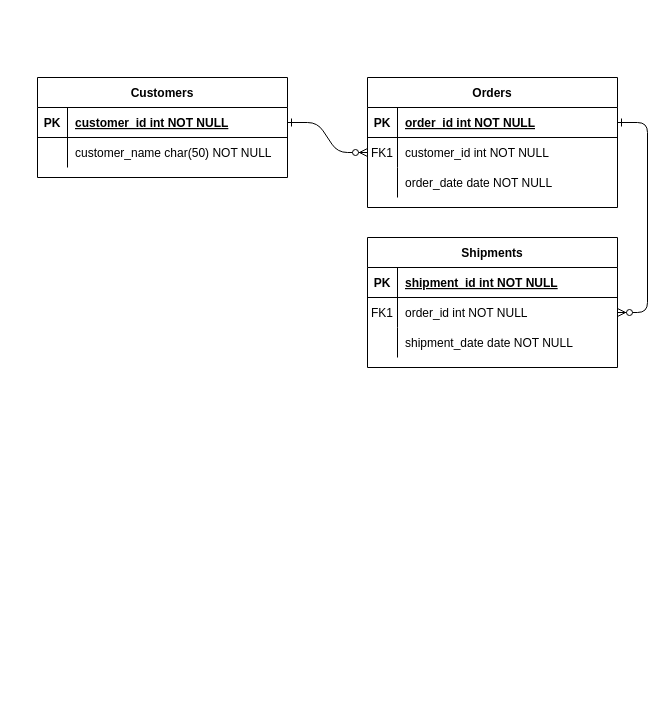
joam6/Sailing_XaJo keeps this draw.io diagram as Diagramas/Diagrama_ER_XaJo.drawio. Above is the earlier version. Source tidied: cells renumbered, new cells numbered last; positions are measured from the earlier drawing's top-left corner, leaving out a move shared by most shapes. Both pictures are drawn from the tidied source at 100%, with x=0, y=0 at pixel (37, 77).
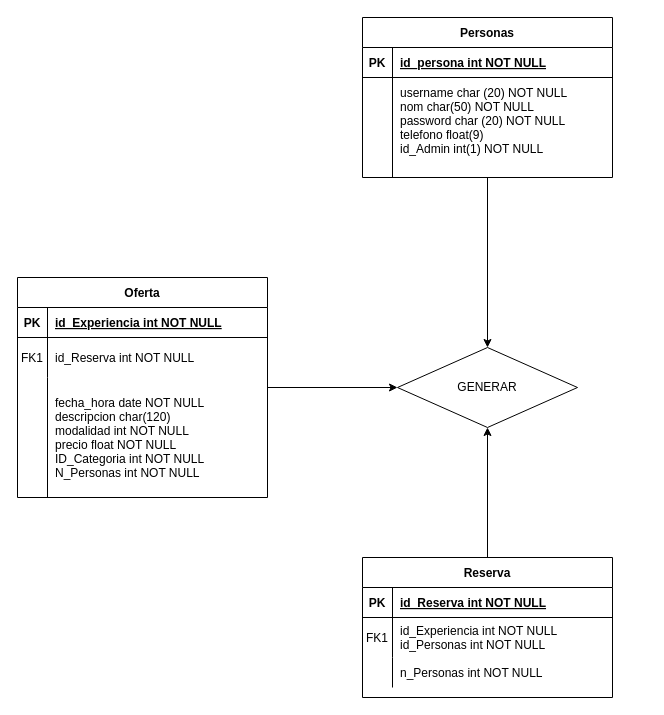
The same page after the edit.

The change refers to these unchanged cells:
```xml
<mxCell id="5" style="shape=partialRectangle;fillColor=none;points=[[0,0.5],[1,0.5]];portConstraint=eastwest;top=0;left=0;right=0;bottom=1;" parent="4" vertex="1">
  <mxGeometry y="30" width="250" height="30" as="geometry" />
</mxCell>
<mxCell id="15" style="shape=partialRectangle;fillColor=none;top=0;left=0;right=0;bottom=1;" parent="14" vertex="1">
  <mxGeometry y="30" width="250" height="30" as="geometry" />
</mxCell>
<mxCell id="25" style="shape=partialRectangle;fillColor=none;points=[[0,0.5],[1,0.5]];portConstraint=eastwest;top=0;left=0;right=0;bottom=1;" parent="24" vertex="1">
  <mxGeometry y="30" width="250" height="30" as="geometry" />
</mxCell>
```

What changed in the source:
```diff
@@
-    <mxCell id="2" style="edgeStyle=entityRelationEdgeStyle;endArrow=ERzeroToMany;startArrow=ERone;endFill=1;startFill=0;" parent="1" edge="1" source="25" target="8">
-      <mxGeometry relative="1" as="geometry" />
-    </mxCell>
-    <mxCell id="3" style="edgeStyle=entityRelationEdgeStyle;endArrow=ERzeroToMany;startArrow=ERone;endFill=1;startFill=0;" parent="1" edge="1" source="5" target="18">
-      <mxGeometry relative="1" as="geometry" />
-    </mxCell>
+    <mxCell id="31" style="edgeStyle=orthogonalEdgeStyle;rounded=0;jettySize=auto;html=1;entryX=0;entryY=0.5;entryDx=0;entryDy=0;" parent="1" edge="1" source="4" target="34">
+      <mxGeometry relative="1" as="geometry" />
+    </mxCell>
-    <mxCell id="4" value="Orders" style="shape=table;startSize=30;childLayout=tableLayout;rowLines=0;fontStyle=1;align=center;" parent="1" vertex="1">
-      <mxGeometry x="330" width="250" height="130" as="geometry" />
+    <mxCell id="4" value="Oferta" style="shape=table;startSize=30;childLayout=tableLayout;rowLines=0;fontStyle=1;align=center;" parent="1" vertex="1">
+      <mxGeometry x="-20" y="200" width="250" height="220" as="geometry" />
     </mxCell>
@@
-    <mxCell id="7" value="order_id int NOT NULL " style="shape=partialRectangle;overflow=hidden;fillColor=none;top=0;left=0;bottom=0;right=0;align=left;spacingLeft=6;fontStyle=5;" parent="5" vertex="1">
+    <mxCell id="7" value="id_Experiencia int NOT NULL " style="shape=partialRectangle;overflow=hidden;fillColor=none;top=0;left=0;bottom=0;right=0;align=left;spacingLeft=6;fontStyle=5;" parent="5" vertex="1">
       <mxGeometry x="30" width="220" height="30" as="geometry" />
     </mxCell>
     <mxCell id="8" style="shape=partialRectangle;fillColor=none;points=[[0,0.5],[1,0.5]];portConstraint=eastwest;top=0;left=0;right=0;bottom=0;" parent="4" vertex="1">
-      <mxGeometry y="60" width="250" height="30" as="geometry" />
+      <mxGeometry y="60" width="250" height="40" as="geometry" />
     </mxCell>
     <mxCell id="9" value="FK1" style="shape=partialRectangle;overflow=hidden;fillColor=none;top=0;left=0;bottom=0;right=0;" parent="8" vertex="1">
-      <mxGeometry width="30" height="30" as="geometry" />
+      <mxGeometry width="30" height="40" as="geometry" />
     </mxCell>
-    <mxCell id="10" value="customer_id int NOT NULL" style="shape=partialRectangle;overflow=hidden;fillColor=none;top=0;left=0;bottom=0;right=0;align=left;spacingLeft=6;" parent="8" vertex="1">
-      <mxGeometry x="30" width="220" height="30" as="geometry" />
+    <mxCell id="10" value="id_Reserva int NOT NULL" style="shape=partialRectangle;overflow=hidden;fillColor=none;top=0;left=0;bottom=0;right=0;align=left;spacingLeft=6;" parent="8" vertex="1">
+      <mxGeometry x="30" width="220" height="40" as="geometry" />
     </mxCell>
     <mxCell id="11" style="shape=partialRectangle;fillColor=none;top=0;left=0;right=0;bottom=0;" parent="4" vertex="1">
-      <mxGeometry y="90" width="250" height="30" as="geometry" />
+      <mxGeometry y="100" width="250" height="120" as="geometry" />
     </mxCell>
     <mxCell id="12" style="shape=partialRectangle;overflow=hidden;fillColor=none;top=0;left=0;bottom=0;right=0;" parent="11" vertex="1">
-      <mxGeometry width="30" height="30" as="geometry" />
+      <mxGeometry width="30" height="120" as="geometry" />
     </mxCell>
-    <mxCell id="13" value="order_date date NOT NULL" style="shape=partialRectangle;overflow=hidden;fillColor=none;top=0;left=0;bottom=0;right=0;align=left;spacingLeft=6;" parent="11" vertex="1">
-      <mxGeometry x="30" width="220" height="30" as="geometry" />
+    <mxCell id="13" value="fecha_hora date NOT NULL&#10;descripcion char(120) &#10;modalidad int NOT NULL&#10;precio float NOT NULL&#10;ID_Categoria int NOT NULL&#10;N_Personas int NOT NULL" style="shape=partialRectangle;overflow=hidden;fillColor=none;top=0;left=0;bottom=0;right=0;align=left;spacingLeft=6;" parent="11" vertex="1">
+      <mxGeometry x="30" width="220" height="120" as="geometry" />
     </mxCell>
+    <mxCell id="32" style="edgeStyle=orthogonalEdgeStyle;rounded=0;jettySize=auto;html=1;entryX=0.5;entryY=1;entryDx=0;entryDy=0;" parent="1" edge="1" source="14" target="34">
+      <mxGeometry relative="1" as="geometry" />
+    </mxCell>
-    <mxCell id="14" value="Shipments" style="shape=table;startSize=30;childLayout=tableLayout;rowLines=0;fontStyle=1;align=center;" parent="1" vertex="1">
-      <mxGeometry x="330" y="160" width="250" height="130" as="geometry" />
+    <mxCell id="14" value="Reserva" style="shape=table;startSize=30;childLayout=tableLayout;rowLines=0;fontStyle=1;align=center;" parent="1" vertex="1">
+      <mxGeometry x="325" y="480" width="250" height="140" as="geometry" />
     </mxCell>
@@
-    <mxCell id="17" value="shipment_id int NOT NULL " style="shape=partialRectangle;overflow=hidden;fillColor=none;top=0;left=0;bottom=0;right=0;align=left;spacingLeft=6;fontStyle=5;" parent="15" vertex="1">
+    <mxCell id="17" value="id_Reserva int NOT NULL " style="shape=partialRectangle;overflow=hidden;fillColor=none;top=0;left=0;bottom=0;right=0;align=left;spacingLeft=6;fontStyle=5;" parent="15" vertex="1">
       <mxGeometry x="30" width="220" height="30" as="geometry" />
     </mxCell>
     <mxCell id="18" style="shape=partialRectangle;fillColor=none;points=[[0,0.5],[1,0.5]];portConstraint=eastwest;top=0;left=0;right=0;bottom=0;" parent="14" vertex="1">
-      <mxGeometry y="60" width="250" height="30" as="geometry" />
+      <mxGeometry y="60" width="250" height="40" as="geometry" />
     </mxCell>
     <mxCell id="19" value="FK1" style="shape=partialRectangle;overflow=hidden;fillColor=none;top=0;left=0;bottom=0;right=0;" parent="18" vertex="1">
-      <mxGeometry width="30" height="30" as="geometry" />
+      <mxGeometry width="30" height="40" as="geometry" />
     </mxCell>
-    <mxCell id="20" value="order_id int NOT NULL" style="shape=partialRectangle;overflow=hidden;fillColor=none;top=0;left=0;bottom=0;right=0;align=left;spacingLeft=6;" parent="18" vertex="1">
-      <mxGeometry x="30" width="220" height="30" as="geometry" />
+    <mxCell id="20" value="id_Experiencia int NOT NULL&#10;id_Personas int NOT NULL" style="shape=partialRectangle;overflow=hidden;fillColor=none;top=0;left=0;bottom=0;right=0;align=left;spacingLeft=6;" parent="18" vertex="1">
+      <mxGeometry x="30" width="220" height="40" as="geometry" />
     </mxCell>
     <mxCell id="21" style="shape=partialRectangle;fillColor=none;top=0;left=0;right=0;bottom=0;" parent="14" vertex="1">
-      <mxGeometry y="90" width="250" height="30" as="geometry" />
+      <mxGeometry y="100" width="250" height="30" as="geometry" />
     </mxCell>
@@
-    <mxCell id="23" value="shipment_date date NOT NULL" style="shape=partialRectangle;overflow=hidden;fillColor=none;top=0;left=0;bottom=0;right=0;align=left;spacingLeft=6;" parent="21" vertex="1">
+    <mxCell id="23" value="n_Personas int NOT NULL" style="shape=partialRectangle;overflow=hidden;fillColor=none;top=0;left=0;bottom=0;right=0;align=left;spacingLeft=6;" parent="21" vertex="1">
       <mxGeometry x="30" width="220" height="30" as="geometry" />
     </mxCell>
+    <mxCell id="33" style="edgeStyle=orthogonalEdgeStyle;rounded=0;jettySize=auto;html=1;" parent="1" edge="1" source="24" target="34">
+      <mxGeometry relative="1" as="geometry" />
+    </mxCell>
-    <mxCell id="24" value="Customers" style="shape=table;startSize=30;childLayout=tableLayout;rowLines=0;fontStyle=1;align=center;" parent="1" vertex="1">
-      <mxGeometry width="250" height="100" as="geometry" />
+    <mxCell id="24" value="Personas" style="shape=table;startSize=30;childLayout=tableLayout;rowLines=0;fontStyle=1;align=center;" parent="1" vertex="1">
+      <mxGeometry x="325" y="-60" width="250" height="160" as="geometry" />
     </mxCell>
@@
-    <mxCell id="27" value="customer_id int NOT NULL " style="shape=partialRectangle;overflow=hidden;fillColor=none;top=0;left=0;bottom=0;right=0;align=left;spacingLeft=6;fontStyle=5;" parent="25" vertex="1">
+    <mxCell id="27" value="id_persona int NOT NULL " style="shape=partialRectangle;overflow=hidden;fillColor=none;top=0;left=0;bottom=0;right=0;align=left;spacingLeft=6;fontStyle=5;" parent="25" vertex="1">
       <mxGeometry x="30" width="220" height="30" as="geometry" />
     </mxCell>
     <mxCell id="28" style="shape=partialRectangle;fillColor=none;top=0;left=0;right=0;bottom=0;" parent="24" vertex="1">
-      <mxGeometry y="60" width="250" height="30" as="geometry" />
+      <mxGeometry y="60" width="250" height="100" as="geometry" />
     </mxCell>
     <mxCell id="29" style="shape=partialRectangle;overflow=hidden;fillColor=none;top=0;left=0;bottom=0;right=0;" parent="28" vertex="1">
-      <mxGeometry width="30" height="30" as="geometry" />
+      <mxGeometry width="30" height="100" as="geometry" />
     </mxCell>
-    <mxCell id="30" value="customer_name char(50) NOT NULL" style="shape=partialRectangle;overflow=hidden;fillColor=none;top=0;left=0;bottom=0;right=0;align=left;spacingLeft=6;" parent="28" vertex="1">
-      <mxGeometry x="30" width="220" height="30" as="geometry" />
+    <mxCell id="30" value="username char (20) NOT NULL&#10;nom char(50) NOT NULL&#10;password char (20) NOT NULL&#10;telefono float(9)&#10;id_Admin int(1) NOT NULL&#10;" style="shape=partialRectangle;overflow=hidden;fillColor=none;top=0;left=0;bottom=0;right=0;align=left;spacingLeft=6;" parent="28" vertex="1">
+      <mxGeometry x="30" width="220" height="100" as="geometry" />
     </mxCell>
+    <mxCell id="34" value="&lt;div&gt;GENERAR&lt;/div&gt;" style="rhombus;whiteSpace=wrap;html=1;" parent="1" vertex="1">
+      <mxGeometry x="360" y="270" width="180" height="80" as="geometry" />
+    </mxCell>
```
